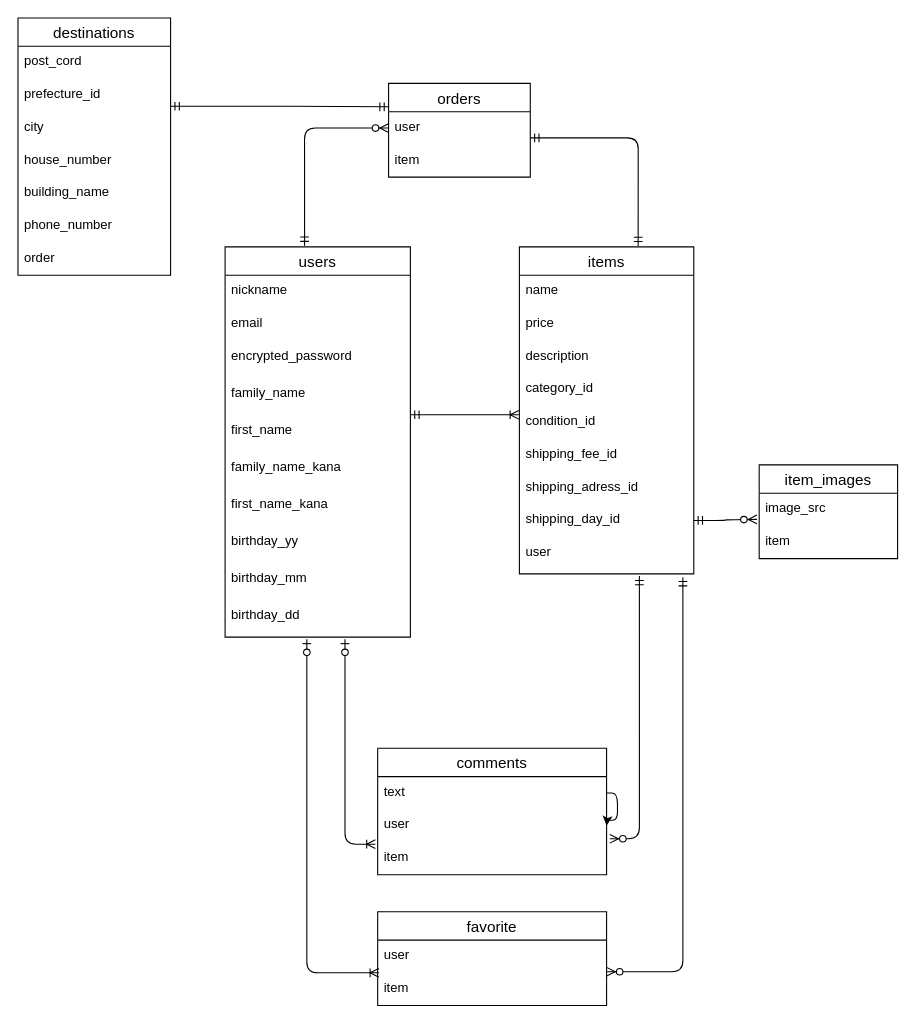
Before: ER.dio in yumkx10/furima-38594, a draw.io diagram. Source tidied: cells renumbered, new cells numbered last; positions are measured from the earlier drawing's top-left corner, leaving out a move shared by most shapes. Both pictures are drawn from the tidied source at 109%, with x=0, y=0 at pixel (17, 17).
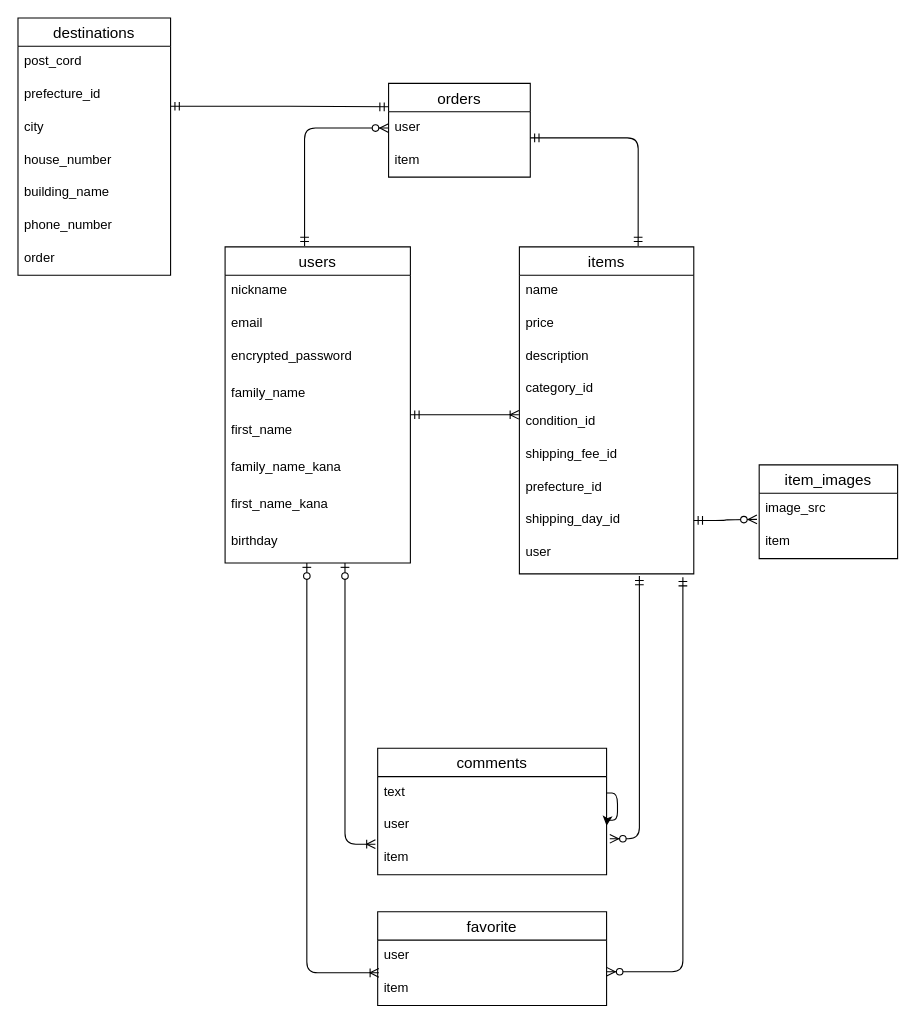
Above is the later version.

Commit message (it also covers changes not shown here):
データベース設計【修正】

Unchanged cells that the change refers to:
```xml
<mxCell id="21" value="items" style="swimlane;fontStyle=0;horizontal=1;startSize=26;align=center;fontSize=14;" parent="1" vertex="1">
  <mxGeometry x="460" y="210" width="160" height="300" as="geometry" />
</mxCell>
<mxCell id="38" value="item" style="text;strokeColor=none;fillColor=none;spacingLeft=4;spacingRight=4;overflow=hidden;points=[[0,0.5],[1,0.5]];portConstraint=eastwest;fontSize=12;" parent="35" vertex="1">
  <mxGeometry y="86" width="210" height="30" as="geometry" />
</mxCell>
<mxCell id="41" value="item" style="text;strokeColor=none;fillColor=none;spacingLeft=4;spacingRight=4;overflow=hidden;points=[[0,0.5],[1,0.5]];portConstraint=eastwest;fontSize=12;" parent="39" vertex="1">
  <mxGeometry y="56" width="210" height="30" as="geometry" />
</mxCell>
```

The edit, as a diff of the source:
```diff
@@
     <mxCell id="2" value="users" style="swimlane;fontStyle=0;horizontal=1;startSize=26;align=center;fontSize=14;" parent="1" vertex="1">
-      <mxGeometry x="190" y="210" width="170" height="358" as="geometry" />
+      <mxGeometry x="190" y="210" width="170" height="290" as="geometry" />
     </mxCell>
@@
-    <mxCell id="10" value="birthday_yy" style="text;strokeColor=none;fillColor=none;spacingLeft=4;spacingRight=4;overflow=hidden;points=[[0,0.5],[1,0.5]];portConstraint=eastwest;fontSize=12;" parent="2" vertex="1">
+    <mxCell id="10" value="birthday" style="text;strokeColor=none;fillColor=none;spacingLeft=4;spacingRight=4;overflow=hidden;points=[[0,0.5],[1,0.5]];portConstraint=eastwest;fontSize=12;" parent="2" vertex="1">
       <mxGeometry y="256" width="170" height="34" as="geometry" />
     </mxCell>
-    <mxCell id="11" value="birthday_mm" style="text;strokeColor=none;fillColor=none;spacingLeft=4;spacingRight=4;overflow=hidden;fontSize=12;" parent="2" vertex="1">
-      <mxGeometry y="290" width="170" height="34" as="geometry" />
-    </mxCell>
-    <mxCell id="12" value="birthday_dd" style="text;strokeColor=none;fillColor=none;spacingLeft=4;spacingRight=4;overflow=hidden;fontSize=12;" parent="2" vertex="1">
-      <mxGeometry y="324" width="170" height="34" as="geometry" />
-    </mxCell>
@@
-    <mxCell id="28" value="shipping_adress_id" style="text;strokeColor=none;fillColor=none;spacingLeft=4;spacingRight=4;overflow=hidden;fontSize=12;" parent="21" vertex="1">
+    <mxCell id="28" value="prefecture_id" style="text;strokeColor=none;fillColor=none;spacingLeft=4;spacingRight=4;overflow=hidden;fontSize=12;" parent="21" vertex="1">
       <mxGeometry y="206" width="160" height="30" as="geometry" />
     </mxCell>
@@
-    <mxCell id="42" style="edgeStyle=orthogonalEdgeStyle;fontSize=12;html=1;endArrow=ERoneToMany;startArrow=ERzeroToOne;entryX=0.005;entryY=0;entryDx=0;entryDy=0;entryPerimeter=0;" parent="1" edge="1" target="41">
+    <mxCell id="42" style="edgeStyle=orthogonalEdgeStyle;fontSize=12;html=1;endArrow=ERoneToMany;startArrow=ERzeroToOne;entryX=0.005;entryY=0;entryDx=0;entryDy=0;entryPerimeter=0;" parent="1" edge="1" source="10" target="41">
       <mxGeometry relative="1" as="geometry">
-        <mxPoint x="265" y="570" as="sourcePoint" />
         <Array as="points">
           <mxPoint x="265" y="876" />
         </Array>
       </mxGeometry>
     </mxCell>
     <mxCell id="43" style="edgeStyle=orthogonalEdgeStyle;fontSize=12;html=1;endArrow=ERoneToMany;startArrow=ERzeroToOne;entryX=-0.01;entryY=0.067;entryDx=0;entryDy=0;entryPerimeter=0;" parent="1" edge="1" target="38">
       <mxGeometry relative="1" as="geometry">
-        <mxPoint x="300" y="570" as="sourcePoint" />
+        <mxPoint x="300" y="500" as="sourcePoint" />
         <Array as="points">
+          <mxPoint x="300" y="504" />
           <mxPoint x="300" y="758" />
         </Array>
       </mxGeometry>
     </mxCell>
```
